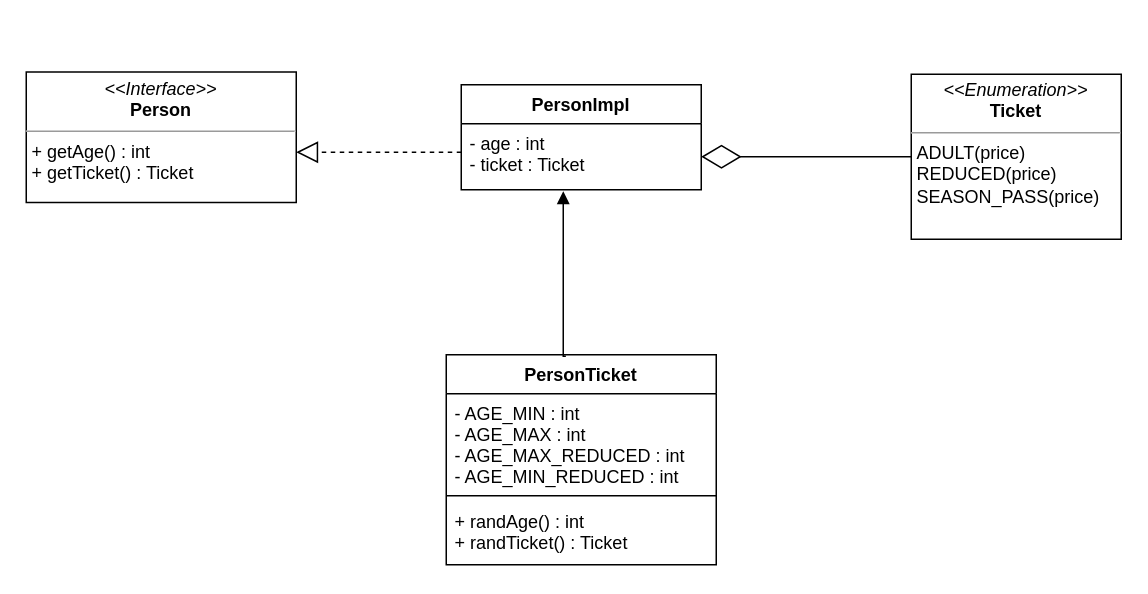
The draw.io diagram page "Page-1" (1 of 3) of Untitled Diagram.drawio in metaphori/students-oop20-liveLand, before the edit. Source tidied: cells renumbered, new cells numbered last; positions are measured from the earlier drawing's top-left corner, leaving out a move shared by most shapes. Both pictures are drawn from the tidied source at 150%, with x=0, y=0 at pixel (26, 72).
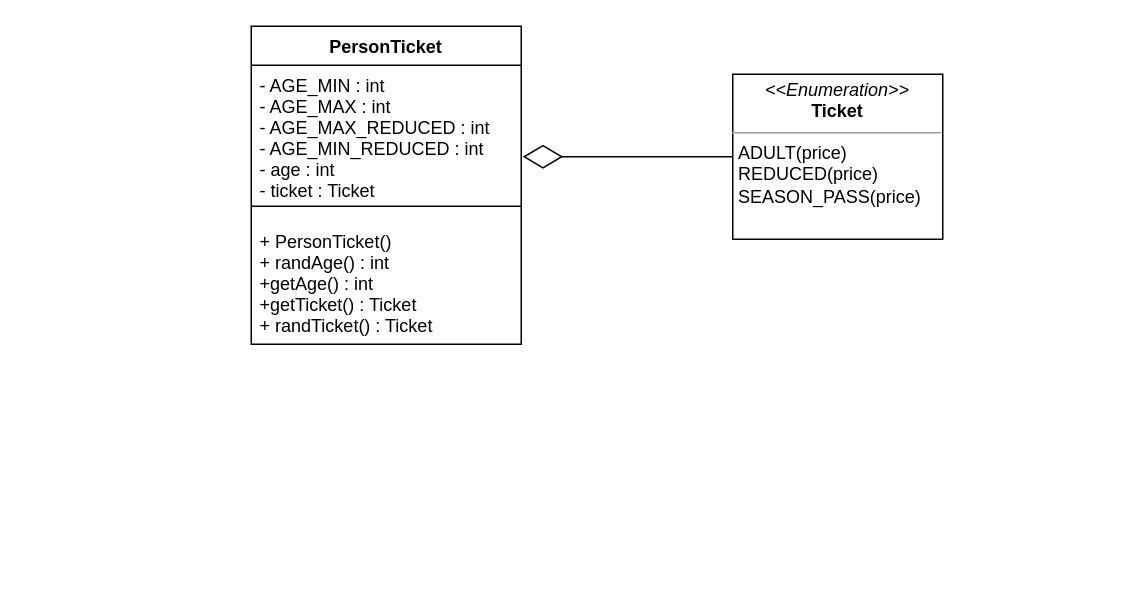
The same page after the edit.

Change to the diagram source:
```diff
@@
 <mxGraphModel>
   <root>
     <mxCell id="0" />
     <mxCell id="1" parent="0" />
-    <mxCell id="2" value="PersonImpl" style="swimlane;fontStyle=1;align=center;verticalAlign=top;horizontal=1;startSize=26;" parent="1" vertex="1">
-      <mxGeometry x="290" y="8" width="160" height="70" as="geometry" />
-    </mxCell>
-    <mxCell id="3" value="- age : int&#10;- ticket : Ticket " style="text;strokeColor=none;fillColor=none;align=left;verticalAlign=top;spacingLeft=4;spacingRight=4;overflow=hidden;points=[[0,0.5],[1,0.5]];portConstraint=eastwest;" parent="2" vertex="1">
-      <mxGeometry y="26" width="160" height="44" as="geometry" />
-    </mxCell>
-    <mxCell id="4" style="endArrow=block;dashed=1;endFill=0;endSize=12;html=1;rounded=0;edgeStyle=orthogonalEdgeStyle;entryX=1;entryY=0.5;entryDx=0;entryDy=0;" parent="1" edge="1">
-      <mxGeometry relative="1" as="geometry">
-        <mxPoint x="290" y="53" as="sourcePoint" />
-        <mxPoint x="180" y="53" as="targetPoint" />
-      </mxGeometry>
-    </mxCell>
     <mxCell id="5" value="&lt;p style=&quot;margin: 0px ; margin-top: 4px ; text-align: center&quot;&gt;&lt;i&gt;&amp;lt;&amp;lt;Enumeration&amp;gt;&amp;gt;&lt;/i&gt;&lt;br&gt;&lt;b&gt;Ticket&lt;/b&gt;&lt;/p&gt;&lt;hr size=&quot;1&quot;&gt;&lt;p style=&quot;margin: 0px ; margin-left: 4px&quot;&gt;ADULT(price)&lt;/p&gt;&lt;p style=&quot;margin: 0px ; margin-left: 4px&quot;&gt;REDUCED(price)&lt;/p&gt;&lt;p style=&quot;margin: 0px ; margin-left: 4px&quot;&gt;SEASON_PASS(price)&lt;/p&gt;" style="verticalAlign=top;align=left;overflow=fill;fontSize=12;fontFamily=Helvetica;html=1;" parent="1" vertex="1">
-      <mxGeometry x="590" y="1" width="140" height="110" as="geometry" />
+      <mxGeometry x="471" y="1" width="140" height="110" as="geometry" />
     </mxCell>
     <mxCell id="6" value="PersonTicket" style="swimlane;fontStyle=1;align=center;verticalAlign=top;horizontal=1;startSize=26;" parent="1" vertex="1">
-      <mxGeometry x="280" y="188" width="180" height="140" as="geometry" />
+      <mxGeometry x="150" y="-31" width="180" height="212" as="geometry" />
     </mxCell>
-    <mxCell id="7" value="- AGE_MIN : int&#10;- AGE_MAX : int&#10;- AGE_MAX_REDUCED : int&#10;- AGE_MIN_REDUCED : int&#10;&#10;&#10;" style="text;strokeColor=none;fillColor=none;align=left;verticalAlign=top;spacingLeft=4;spacingRight=4;overflow=hidden;" parent="6" vertex="1">
-      <mxGeometry y="26" width="180" height="64" as="geometry" />
+    <mxCell id="7" value="- AGE_MIN : int&#10;- AGE_MAX : int&#10;- AGE_MAX_REDUCED : int&#10;- AGE_MIN_REDUCED : int&#10;- age : int&#10;- ticket : Ticket&#10;&#10;" style="text;strokeColor=none;fillColor=none;align=left;verticalAlign=top;spacingLeft=4;spacingRight=4;overflow=hidden;" parent="6" vertex="1">
+      <mxGeometry y="26" width="180" height="84" as="geometry" />
     </mxCell>
     <mxCell id="8" style="line;strokeWidth=1;fillColor=none;align=left;verticalAlign=middle;spacingTop=-1;spacingLeft=3;spacingRight=3;labelPosition=right;" parent="6" vertex="1">
-      <mxGeometry y="90" width="180" height="8" as="geometry" />
+      <mxGeometry y="110" width="180" height="20" as="geometry" />
     </mxCell>
-    <mxCell id="9" value="+ randAge() : int&#10;+ randTicket() : Ticket" style="text;strokeColor=none;fillColor=none;align=left;verticalAlign=top;spacingLeft=4;spacingRight=4;overflow=hidden;" parent="6" vertex="1">
-      <mxGeometry y="98" width="180" height="42" as="geometry" />
+    <mxCell id="9" value="+ PersonTicket()&#10;+ randAge() : int&#10;+getAge() : int&#10;+getTicket() : Ticket&#10;+ randTicket() : Ticket" style="text;strokeColor=none;fillColor=none;align=left;verticalAlign=top;spacingLeft=4;spacingRight=4;overflow=hidden;" parent="6" vertex="1">
+      <mxGeometry y="130" width="180" height="82" as="geometry" />
     </mxCell>
-    <mxCell id="10" value="&lt;p style=&quot;margin: 0px ; margin-top: 4px ; text-align: center&quot;&gt;&lt;i&gt;&amp;lt;&amp;lt;Interface&amp;gt;&amp;gt;&lt;/i&gt;&lt;br&gt;&lt;b&gt;Person&lt;/b&gt;&lt;/p&gt;&lt;hr size=&quot;1&quot;&gt;&lt;p style=&quot;margin: 0px ; margin-left: 4px&quot;&gt;+ getAge() : int&lt;/p&gt;&lt;p style=&quot;margin: 0px ; margin-left: 4px&quot;&gt;+ getTicket() : Ticket&lt;/p&gt;" style="verticalAlign=top;align=left;overflow=fill;fontSize=12;fontFamily=Helvetica;html=1;" parent="1" vertex="1">
-      <mxGeometry y="-0.5" width="180" height="87" as="geometry" />
-    </mxCell>
-    <mxCell id="11" style="html=1;verticalAlign=bottom;endArrow=block;rounded=0;edgeStyle=orthogonalEdgeStyle;exitX=0.443;exitY=0.007;exitDx=0;exitDy=0;exitPerimeter=0;entryX=0.425;entryY=1.023;entryDx=0;entryDy=0;entryPerimeter=0;" parent="1" edge="1" source="6" target="3">
-      <mxGeometry relative="1" as="geometry">
-        <Array as="points">
-          <mxPoint x="358" y="189" />
-        </Array>
-      </mxGeometry>
-    </mxCell>
-    <mxCell id="12" style="endArrow=diamondThin;endFill=0;endSize=24;html=1;rounded=0;exitX=0;exitY=0.5;exitDx=0;exitDy=0;entryX=1;entryY=0.5;entryDx=0;entryDy=0;" parent="1" edge="1" source="5" target="3">
-      <mxGeometry relative="1" as="geometry" />
+    <mxCell id="12" style="endArrow=diamondThin;endFill=0;endSize=24;html=1;rounded=0;exitX=0;exitY=0.5;exitDx=0;exitDy=0;entryX=1;entryY=0.5;entryDx=0;entryDy=0;" parent="1" edge="1" source="5">
+      <mxGeometry relative="1" as="geometry">
+        <mxPoint x="331" y="56" as="targetPoint" />
+      </mxGeometry>
     </mxCell>
   </root>
 </mxGraphModel>
```
